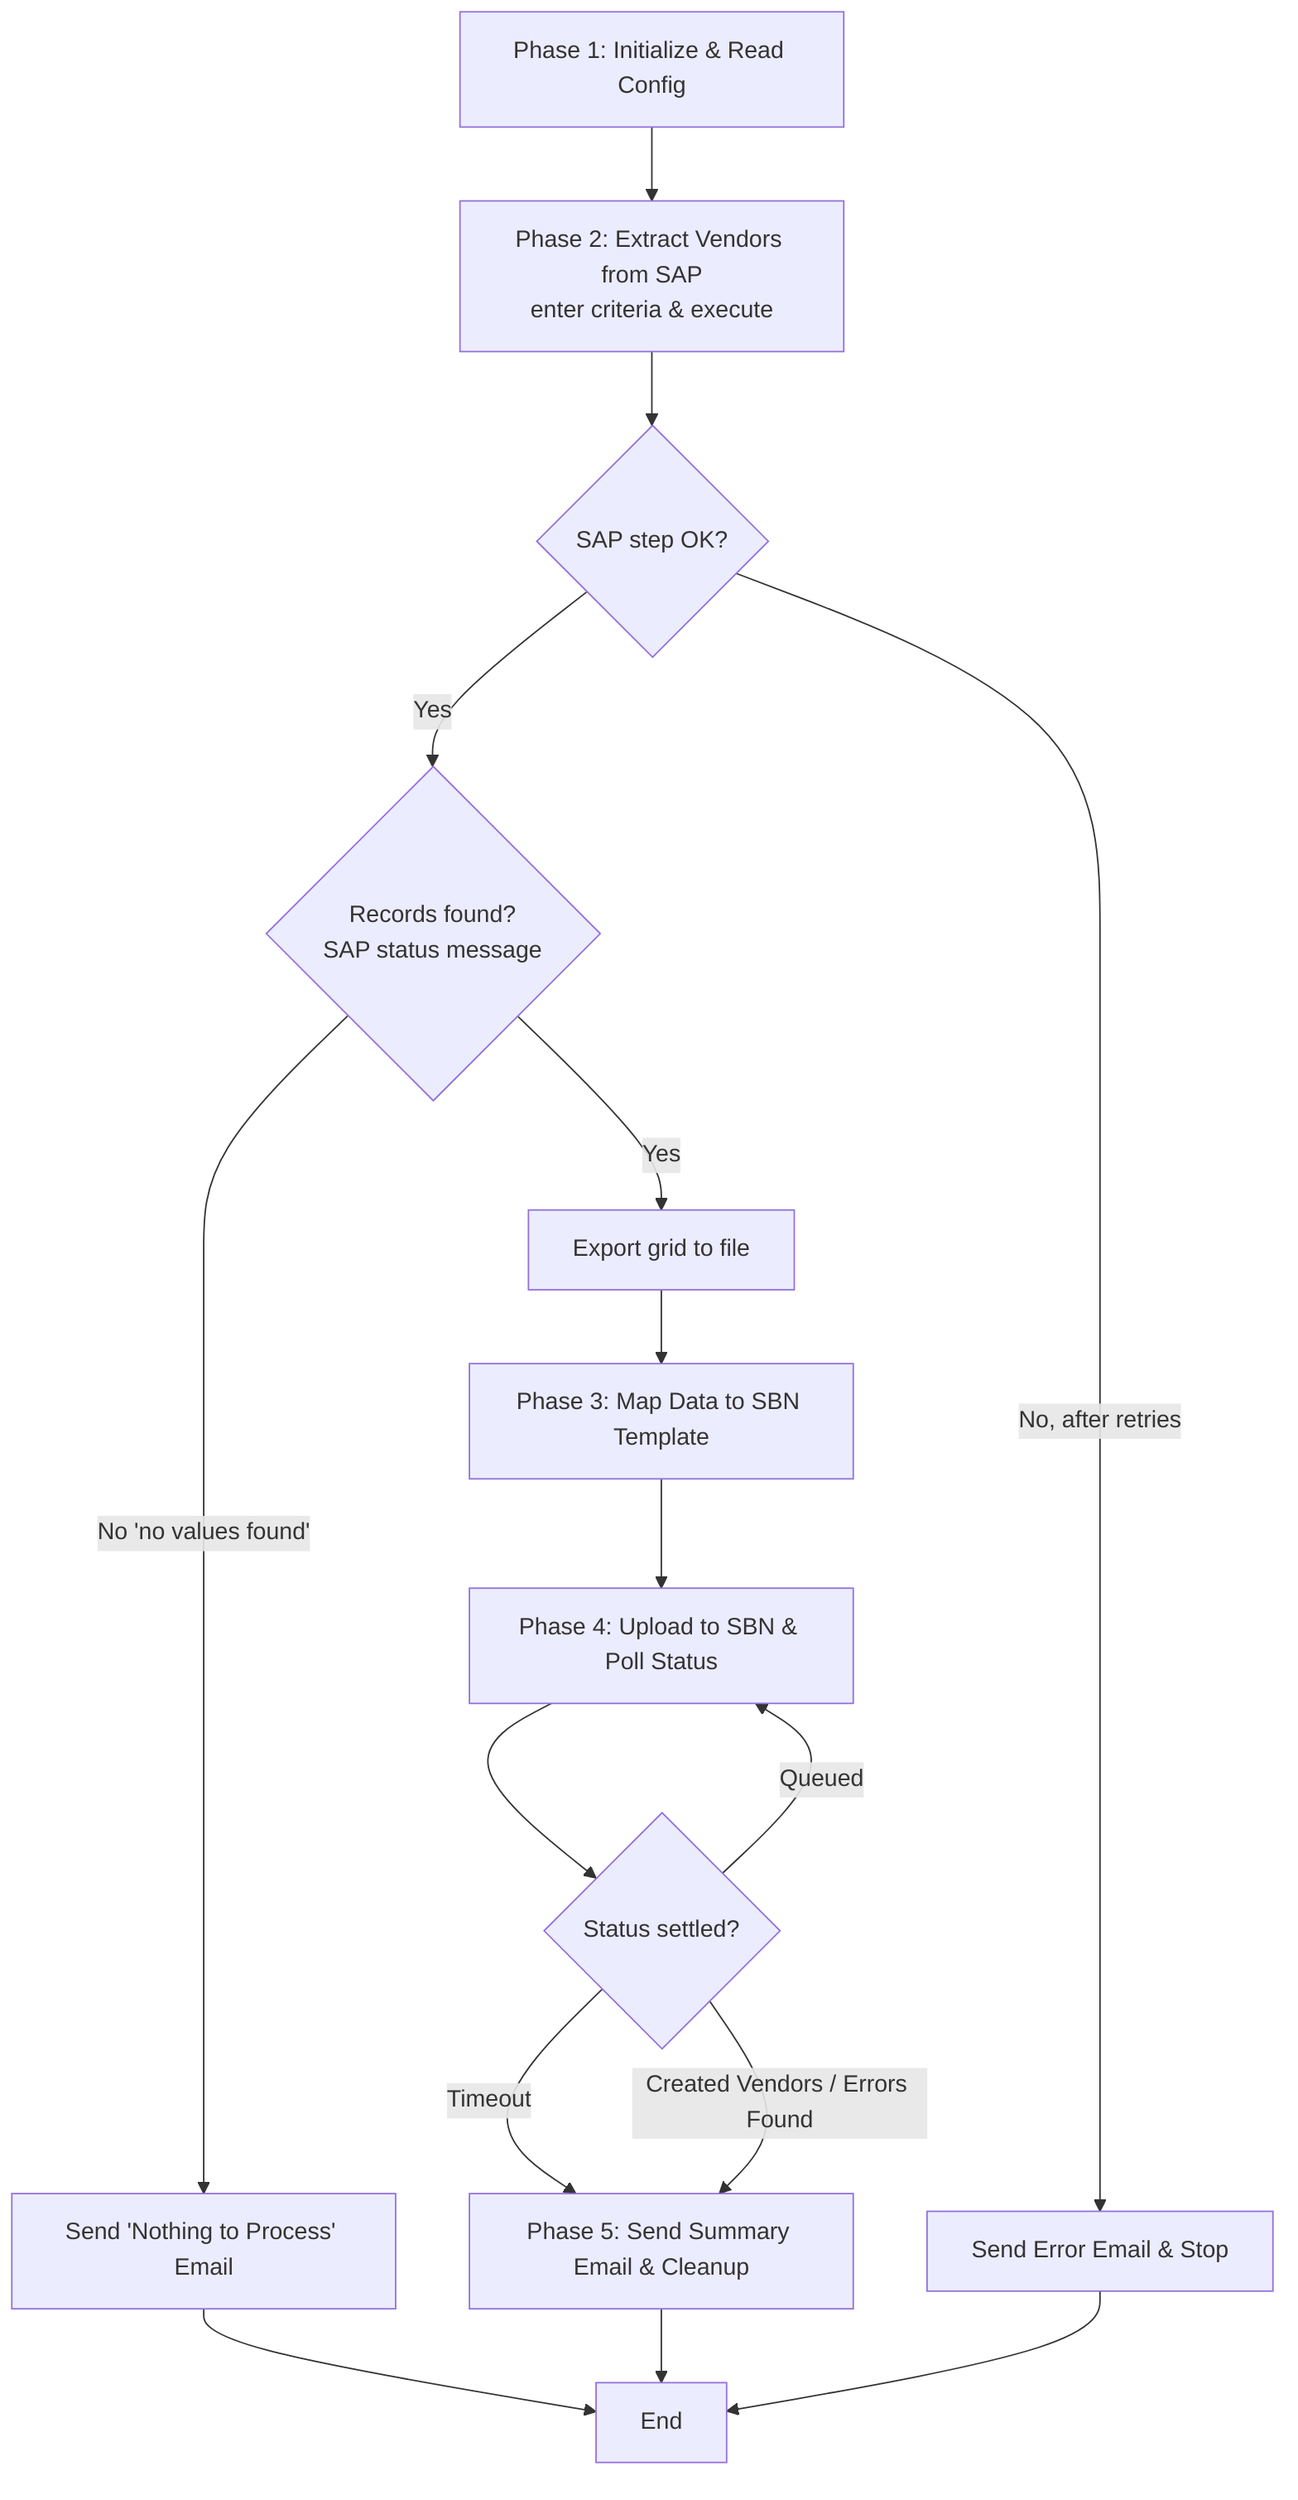
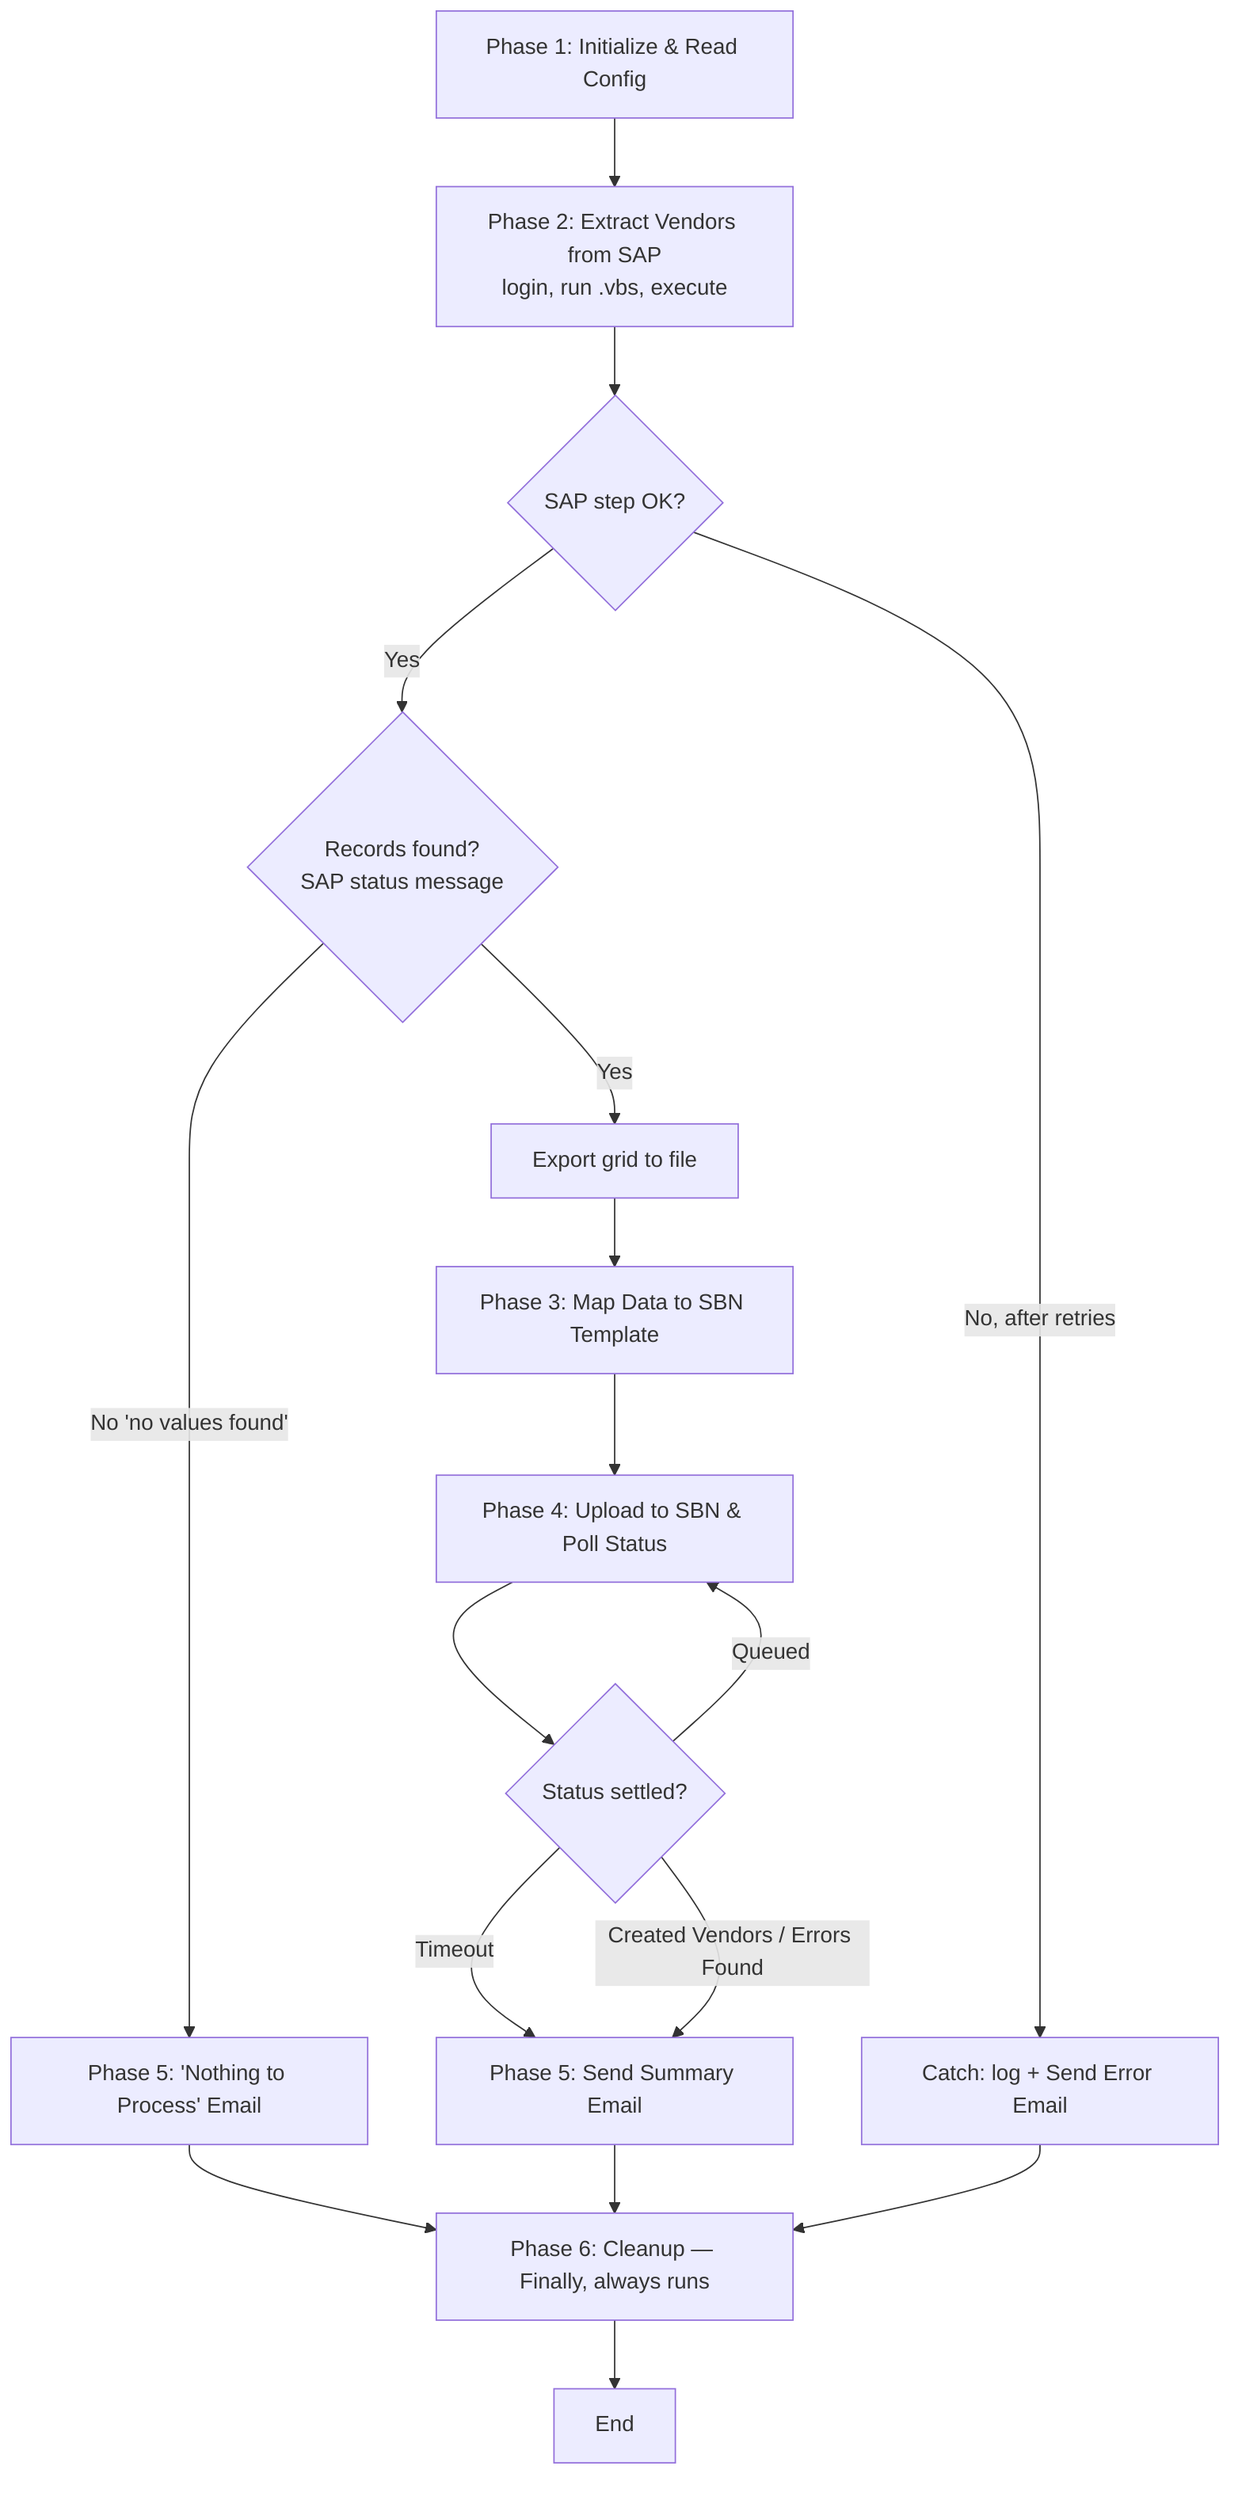
graph TD
-     A[Phase 1: Initialize & Read Config] --> B[Phase 2: Extract Vendors from SAP<br/>enter criteria & execute]
+     A[Phase 1: Initialize & Read Config] --> B[Phase 2: Extract Vendors from SAP<br/>login, run .vbs, execute]
    B --> Bok{SAP step OK?}
-     Bok -->|No, after retries| ERR[Send Error Email & Stop]
+     Bok -->|No, after retries| CATCH[Catch: log + Send Error Email]
    Bok -->|Yes| Rec{Records found?<br/>SAP status message}
-     Rec -->|No 'no values found'| NP[Send 'Nothing to Process' Email]
+     Rec -->|No 'no values found'| NP[Phase 5: 'Nothing to Process' Email]
    Rec -->|Yes| Exp[Export grid to file] --> C[Phase 3: Map Data to SBN Template]
    C --> D[Phase 4: Upload to SBN & Poll Status]
    D --> Poll{Status settled?}
    Poll -->|Queued| D
    Poll -->|Timeout| E
-     Poll -->|Created Vendors / Errors Found| E[Phase 5: Send Summary Email & Cleanup]
-     NP --> F[End]
-     E --> F[End]
-     ERR --> F[End]
+     Poll -->|Created Vendors / Errors Found| E[Phase 5: Send Summary Email]
+     NP --> FIN
+     E --> FIN
+     CATCH --> FIN[Phase 6: Cleanup — Finally, always runs]
+     FIN --> F[End]
+ 
+     %% Note: an outer Try-Catch-Finally wraps Phases 1-5; a technical
+     %% failure in any phase routes to Catch, then Finally cleanup.
